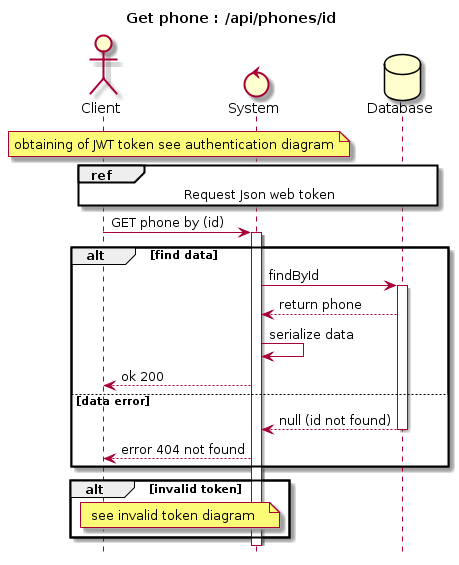
The PlantUML diagram docs/Uml/Diagram_sequences/Diagram_sequence_get_phone.png in siggwer/Bilemo, before a commit.
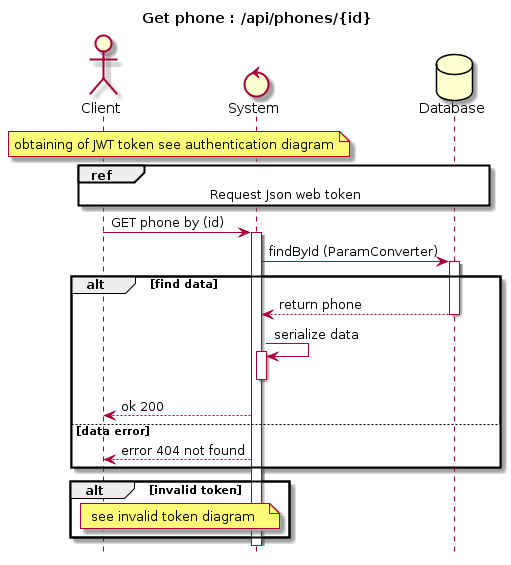
The same diagram one commit later.

The edit, as a diff of the source:
```diff
@@ -1,6 +1,6 @@
 @startuml
 hide footbox
-title Get phone : /api/phones/id
+title Get phone : /api/phones/{id}
 Actor Client
 Control System
 Database Database
@@ -17,15 +17,17 @@
 Client -> System : GET phone by (id)
 activate System
 
+System -> Database: findById (ParamConverter)
+
 alt find data
-System -> Database: findById
 activate Database
 Database --> System : return phone
+deactivate Database
 System -> System: serialize data
+activate System
+deactivate System
 System --> Client: ok 200
     else data error
-    Database --> System : null (id not found)
-    deactivate Database
     System --> Client : error 404 not found
 end
 alt invalid token
```
